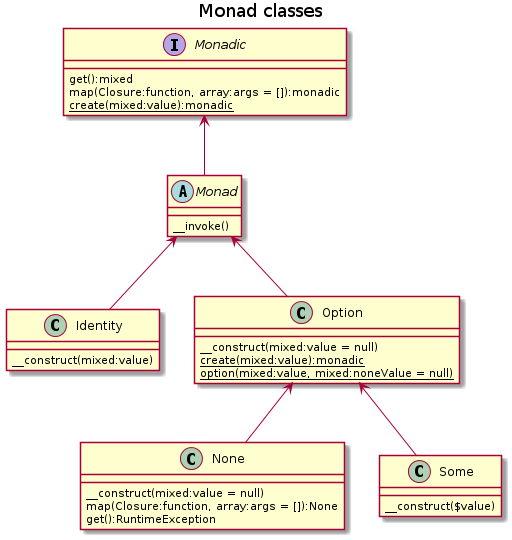
chippyash/Monad keeps this PlantUML diagram as docs/monad-classes.png. Above is the earlier version. Its diagram source:
```plantuml
@startuml
title Monad classes

interface Monadic {
    get():mixed
    map(Closure:function, array:args = []):monadic
    {static} create(mixed:value):monadic
}

abstract class Monad {
    __invoke()
}

class Identity {
    __construct(mixed:value)
}

class Option {
    __construct(mixed:value = null)
    {static} create(mixed:value):monadic
    {static} option(mixed:value, mixed:noneValue = null)
}

class None {
    __construct(mixed:value = null)
    map(Closure:function, array:args = []):None
    get():RuntimeException
}

class Some {
    __construct($value)
}

Monadic <-- Monad
Monad <-- Identity
Monad <-- Option
Option <-- None
Option <-- Some
@enduml
```
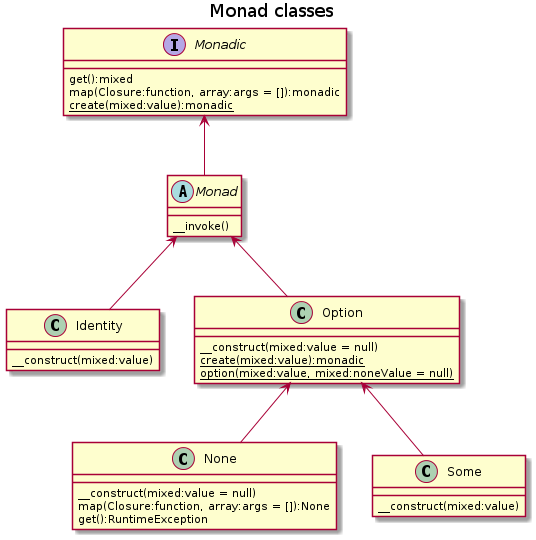
After the commit.

What changed in the source:
```diff
@@ -28,7 +28,7 @@
 }
 
 class Some {
-    __construct($value)
+    __construct(mixed:value)
 }
 
 Monadic <-- Monad
```
